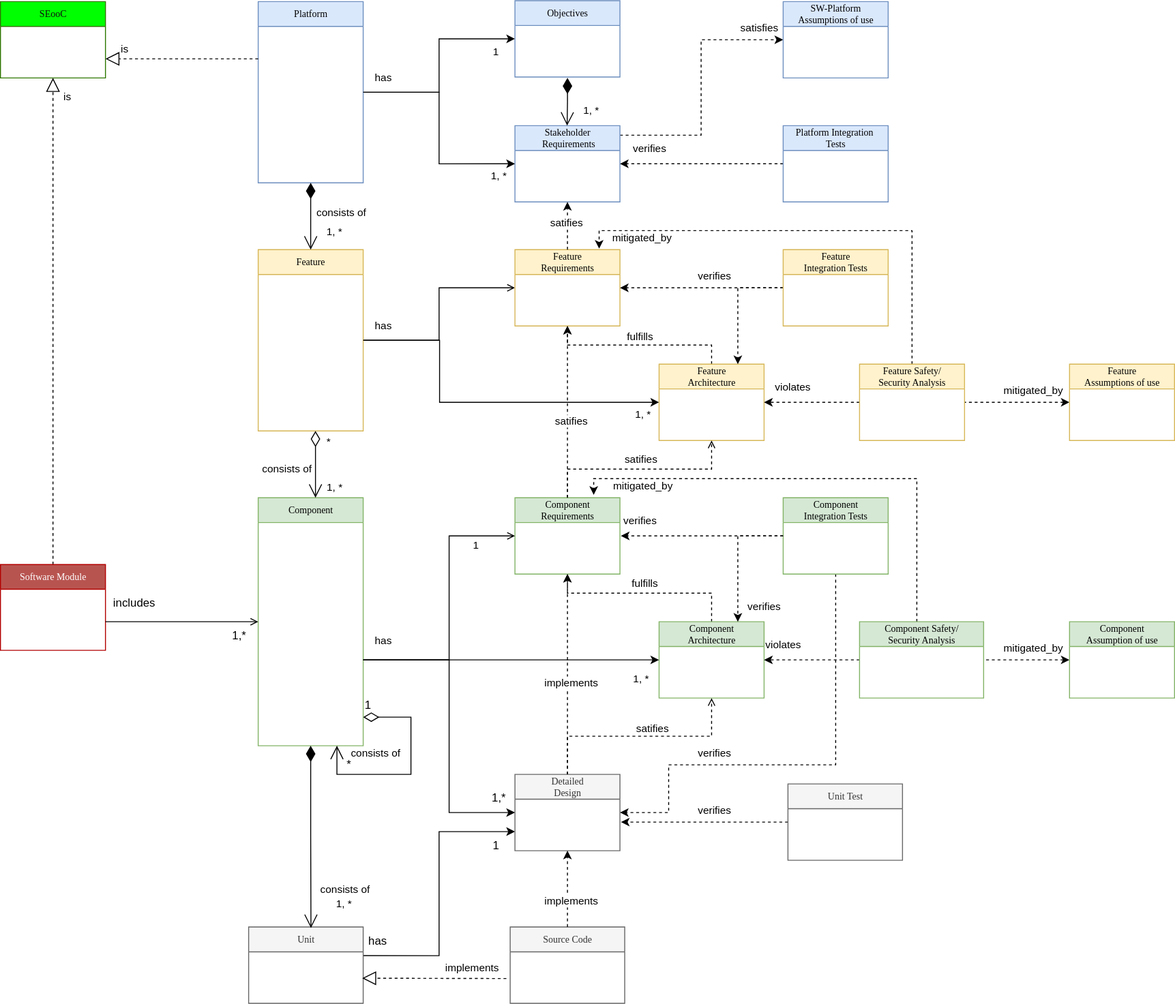
Above: pr-461/_images/score_building_blocks_meta_model.drawio.svg in eclipse-score/process_description (draw.io), before the change. Source tidied: cells renumbered, new cells last; positions are measured from the earlier drawing's top-left corner, leaving out a move shared by most shapes.
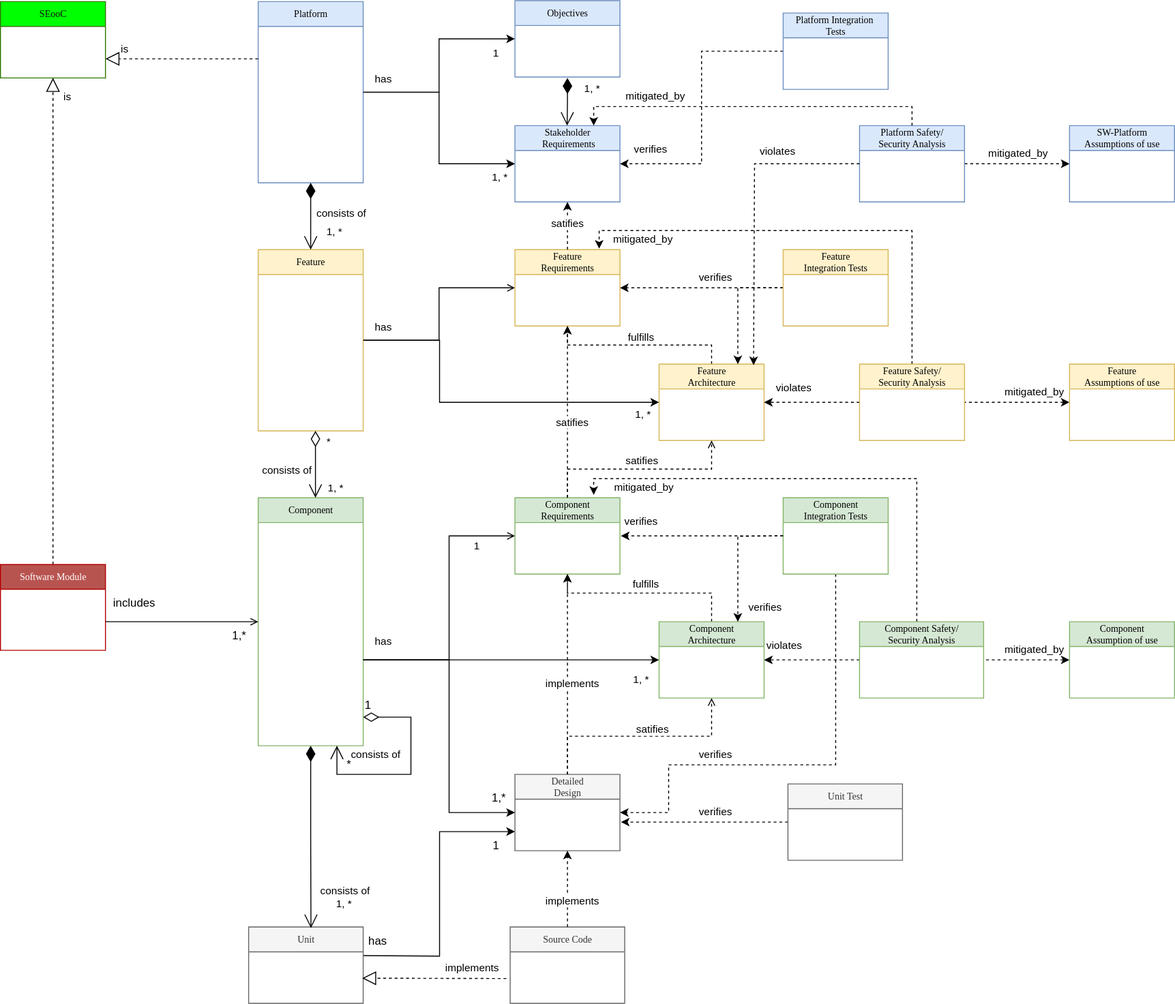
Above is the later version.

What changed in the source:
```diff
@@ -88,11 +88,11 @@
         <mxPoint x="-19" y="-130" as="offset" />
       </mxGeometry>
     </mxCell>
-    <mxCell id="24" style="edgeStyle=orthogonalEdgeStyle;rounded=0;jettySize=auto;html=1;entryX=0;entryY=0.5;entryDx=0;entryDy=0;dashed=1;" parent="1" edge="1" source="25" target="102">
+    <mxCell id="24" style="edgeStyle=orthogonalEdgeStyle;rounded=0;jettySize=auto;html=1;entryX=0;entryY=0.5;entryDx=0;entryDy=0;dashed=1;exitX=1;exitY=0.5;exitDx=0;exitDy=0;" parent="1" edge="1" source="105" target="102">
       <mxGeometry relative="1" as="geometry">
         <Array as="points">
-          <mxPoint x="734" y="141" />
-          <mxPoint x="734" y="41" />
+          <mxPoint x="1090" y="171" />
+          <mxPoint x="1090" y="171" />
         </Array>
       </mxGeometry>
     </mxCell>
@@ -160,7 +160,7 @@
       </mxGeometry>
     </mxCell>
     <mxCell id="40" value="1, *" style="endArrow=open;html=1;endSize=12;startArrow=diamondThin;startSize=14;startFill=1;edgeStyle=orthogonalEdgeStyle;align=left;verticalAlign=bottom;rounded=0;entryX=0.5;entryY=0;entryDx=0;entryDy=0;" parent="1" edge="1">
-      <mxGeometry x="0.71" y="15" relative="1" as="geometry">
+      <mxGeometry x="-0.2" y="16" relative="1" as="geometry">
         <mxPoint x="594" y="81" as="sourcePoint" />
         <mxPoint x="593.7" y="131" as="targetPoint" />
         <Array as="points">
@@ -335,7 +335,7 @@
       <mxGeometry relative="1" as="geometry" />
     </mxCell>
     <mxCell id="72" value="Platform Integration&amp;nbsp;&lt;br&gt;Tests" style="swimlane;html=1;fontStyle=0;horizontal=1;startSize=26;fillColor=#dae8fc;swimlaneFillColor=#ffffff;rounded=0;shadow=0;comic=0;labelBackgroundColor=none;strokeWidth=1;fontFamily=Verdana;fontSize=10;align=center;strokeColor=#6c8ebf;" parent="1" vertex="1">
-      <mxGeometry x="820" y="131" width="110" height="80" as="geometry" />
+      <mxGeometry x="820" y="13" width="110" height="80" as="geometry" />
     </mxCell>
     <mxCell id="73" style="edgeStyle=orthogonalEdgeStyle;rounded=0;jettySize=auto;html=1;entryX=1;entryY=0.5;entryDx=0;entryDy=0;dashed=1;" parent="1" edge="1" source="75" target="8">
       <mxGeometry relative="1" as="geometry" />
@@ -467,12 +467,45 @@
       </mxGeometry>
     </mxCell>
     <mxCell id="102" value="SW-Platform&lt;br&gt;Assumptions of use" style="swimlane;html=1;fontStyle=0;horizontal=1;startSize=26;fillColor=#dae8fc;swimlaneFillColor=#ffffff;rounded=0;shadow=0;comic=0;labelBackgroundColor=none;strokeWidth=1;fontFamily=Verdana;fontSize=10;align=center;strokeColor=#6c8ebf;" parent="1" vertex="1">
-      <mxGeometry x="820" y="1" width="110" height="80" as="geometry" />
+      <mxGeometry x="1120" y="131" width="110" height="80" as="geometry" />
     </mxCell>
-    <mxCell id="103" value="satisfies" style="edgeLabel;html=1;align=center;verticalAlign=middle;" parent="1" vertex="1">
-      <mxGeometry x="740" y="171" as="geometry">
+    <mxCell id="103" value="mitigated_by" style="edgeLabel;html=1;align=center;verticalAlign=middle;" parent="1" vertex="1">
+      <mxGeometry x="1010" y="301" as="geometry">
         <mxPoint x="55" y="-142" as="offset" />
       </mxGeometry>
     </mxCell>
+    <mxCell id="104" style="edgeStyle=orthogonalEdgeStyle;rounded=0;jettySize=auto;html=1;exitX=0;exitY=0.5;exitDx=0;exitDy=0;" parent="1" edge="1" source="105">
+      <mxGeometry relative="1" as="geometry">
+        <mxPoint x="900" y="171" as="targetPoint" />
+      </mxGeometry>
+    </mxCell>
+    <mxCell id="105" value="Platform Safety/&lt;br&gt;Security Analysis" style="swimlane;html=1;fontStyle=0;horizontal=1;startSize=26;fillColor=#dae8fc;swimlaneFillColor=#ffffff;rounded=0;shadow=0;comic=0;labelBackgroundColor=none;strokeWidth=1;fontFamily=Verdana;fontSize=10;align=center;strokeColor=#6c8ebf;" parent="1" vertex="1">
+      <mxGeometry x="900" y="131" width="110" height="80" as="geometry" />
+    </mxCell>
+    <mxCell id="106" style="edgeStyle=orthogonalEdgeStyle;rounded=0;jettySize=auto;html=1;dashed=1;exitX=0.5;exitY=0;exitDx=0;exitDy=0;entryX=0.75;entryY=0;entryDx=0;entryDy=0;" parent="1" edge="1" source="105" target="25">
+      <mxGeometry relative="1" as="geometry">
+        <Array as="points">
+          <mxPoint x="955" y="111" />
+          <mxPoint x="622" y="111" />
+        </Array>
+      </mxGeometry>
+    </mxCell>
+    <mxCell id="107" value="mitigated_by" style="edgeLabel;html=1;align=center;verticalAlign=middle;" parent="1" vertex="1">
+      <mxGeometry x="630" y="241" as="geometry">
+        <mxPoint x="55" y="-142" as="offset" />
+      </mxGeometry>
+    </mxCell>
+    <mxCell id="108" style="edgeStyle=orthogonalEdgeStyle;rounded=0;jettySize=auto;html=1;dashed=1;entryX=0.9;entryY=0.013;entryDx=0;entryDy=0;exitX=0;exitY=0.5;exitDx=0;exitDy=0;entryPerimeter=0;" parent="1" edge="1" source="105" target="11">
+      <mxGeometry relative="1" as="geometry">
+        <Array as="points">
+          <mxPoint x="790" y="171" />
+        </Array>
+      </mxGeometry>
+    </mxCell>
+    <mxCell id="109" value="violates" style="edgeLabel;html=1;align=center;verticalAlign=middle;" parent="1" vertex="1">
+      <mxGeometry x="850" y="401" as="geometry">
+        <mxPoint x="-37" y="-244" as="offset" />
+      </mxGeometry>
+    </mxCell>
   </root>
 </mxGraphModel>
```
